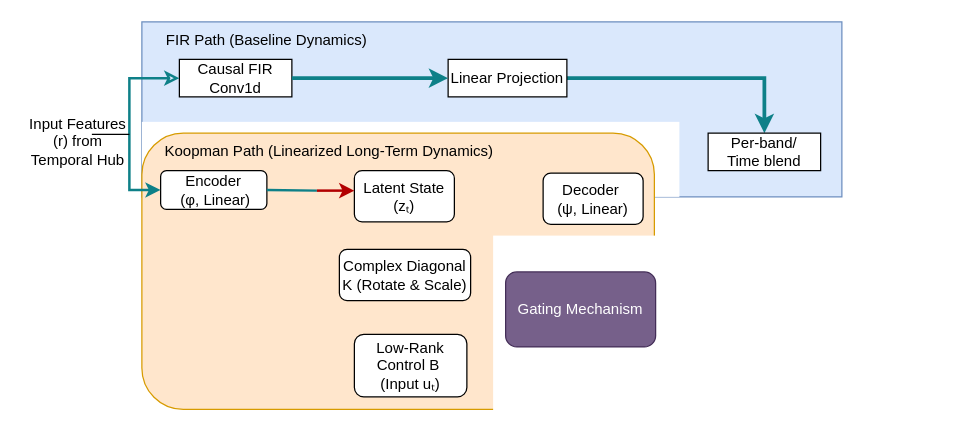
Before: src/Kopame.drawio in drchk/Timeseries_fuction, a draw.io diagram. Source tidied: cells renumbered, new cells numbered last; positions are measured from the earlier drawing's top-left corner, leaving out a move shared by most shapes. Both pictures are drawn from the tidied source at 125%, with x=0, y=0 at pixel (21, 21).
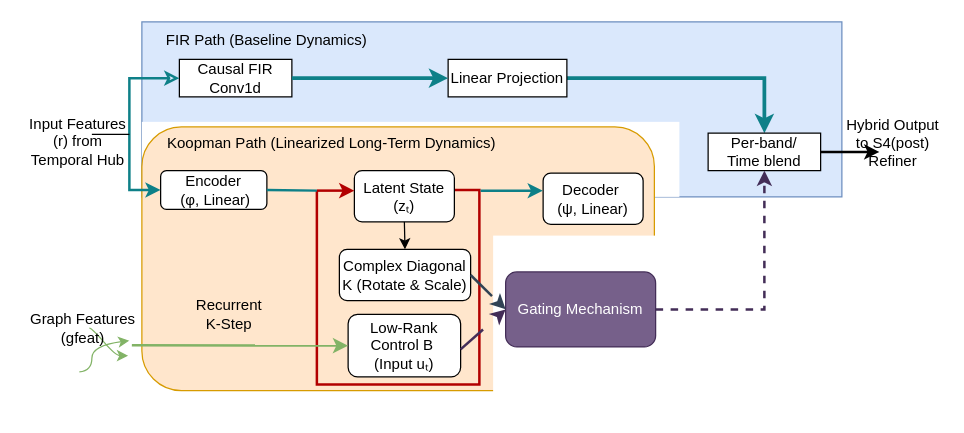
The same diagram, later.

Unchanged cells that the change refers to:
```xml
<mxCell id="7" value="Per-band/&lt;div&gt;Time blend&lt;/div&gt;" style="rounded=0;whiteSpace=wrap;html=1;" parent="1" vertex="1">
  <mxGeometry x="549" y="89" width="90" height="30" as="geometry" />
</mxCell>
<mxCell id="13" value="Latent State (zₜ)" style="rounded=1;whiteSpace=wrap;html=1;" parent="1" vertex="1">
  <mxGeometry x="266" y="119" width="80" height="41" as="geometry" />
</mxCell>
<mxCell id="14" value="Complex Diagonal K (Rotate &amp;amp; Scale)" style="rounded=1;whiteSpace=wrap;html=1;" parent="1" vertex="1">
  <mxGeometry x="254" y="182" width="105" height="41" as="geometry" />
</mxCell>
<mxCell id="18" value="Gating Mechanism" style="rounded=1;whiteSpace=wrap;html=1;fillColor=#76608a;fontColor=#ffffff;strokeColor=#432D57;" parent="1" vertex="1">
  <mxGeometry x="387" y="200" width="120" height="60" as="geometry" />
</mxCell>
```

The edit, as a diff of the source:
```diff
@@
     <mxCell id="10" style="rounded=1;whiteSpace=wrap;html=1;fillColor=#ffe6cc;strokeColor=#d79b00;" parent="1" vertex="1">
-      <mxGeometry x="96" y="89" width="410" height="221" as="geometry" />
+      <mxGeometry x="96" y="84" width="410" height="211" as="geometry" />
     </mxCell>
     <mxCell id="11" value="Koopman Path (Linearized Long-Term Dynamics)" style="text;html=1;whiteSpace=wrap;strokeColor=none;fillColor=none;align=center;verticalAlign=middle;rounded=0;" parent="1" vertex="1">
-      <mxGeometry x="96" y="89" width="300" height="30" as="geometry" />
+      <mxGeometry x="98" y="82" width="300" height="30" as="geometry" />
     </mxCell>
@@
+    <mxCell id="24" style="edgeStyle=orthogonalEdgeStyle;rounded=0;orthogonalLoop=1;jettySize=auto;html=1;exitX=1;exitY=0.5;exitDx=0;exitDy=0;endArrow=none;endFill=0;fillColor=#e51400;strokeColor=#B20000;strokeWidth=2;" parent="1" edge="1">
+      <mxGeometry relative="1" as="geometry">
+        <mxPoint x="346" y="134.5" as="sourcePoint" />
+        <mxPoint x="236" y="135" as="targetPoint" />
+        <Array as="points">
+          <mxPoint x="366" y="135" />
+          <mxPoint x="366" y="290" />
+          <mxPoint x="236" y="290" />
+        </Array>
+      </mxGeometry>
+    </mxCell>
@@
     <mxCell id="15" value="Low-Rank Control B&amp;nbsp;&lt;div&gt;(Input uₜ)&lt;/div&gt;" style="rounded=1;whiteSpace=wrap;html=1;" parent="1" vertex="1">
-      <mxGeometry x="266" y="250" width="90" height="50" as="geometry" />
+      <mxGeometry x="261" y="234" width="90" height="50" as="geometry" />
     </mxCell>
@@
+    <mxCell id="25" style="edgeStyle=orthogonalEdgeStyle;rounded=0;jettySize=auto;html=1;exitX=1;exitY=0.5;exitDx=0;exitDy=0;entryX=0.5;entryY=1;entryDx=0;entryDy=0;dashed=1;fillColor=#76608a;strokeColor=#432D57;strokeWidth=2;" parent="1" edge="1" source="18" target="7">
+      <mxGeometry relative="1" as="geometry" />
+    </mxCell>
@@
+    <mxCell id="26" style="curved=1;endArrow=classic;html=1;rounded=0;elbow=vertical;fillColor=#d5e8d4;gradientColor=#97d077;strokeColor=#82b366;" parent="1" edge="1">
+      <mxGeometry relative="1" as="geometry">
+        <mxPoint x="46" y="280" as="sourcePoint" />
+        <mxPoint x="86" y="255" as="targetPoint" />
+        <Array as="points">
+          <mxPoint x="56" y="279" />
+          <mxPoint x="56" y="259" />
+        </Array>
+      </mxGeometry>
+    </mxCell>
+    <mxCell id="27" style="curved=1;endArrow=classic;html=1;rounded=0;elbow=vertical;fillColor=#d5e8d4;gradientColor=#97d077;strokeColor=#82b366;" parent="1" edge="1">
+      <mxGeometry relative="1" as="geometry">
+        <mxPoint x="54" y="245" as="sourcePoint" />
+        <mxPoint x="85" y="267" as="targetPoint" />
+        <Array as="points">
+          <mxPoint x="56" y="245" />
+          <mxPoint x="75" y="267" />
+        </Array>
+      </mxGeometry>
+    </mxCell>
+    <mxCell id="28" value="Graph Features (gfeat)" style="text;html=1;whiteSpace=wrap;strokeColor=none;fillColor=none;align=center;verticalAlign=middle;rounded=0;" parent="1" vertex="1">
+      <mxGeometry x="1" y="230" width="96" height="30" as="geometry" />
+    </mxCell>
+    <mxCell id="29" style="endArrow=classic;html=1;rounded=0;entryX=0;entryY=0.5;entryDx=0;entryDy=0;fillColor=#d5e8d4;gradientColor=#97d077;strokeColor=#82b366;strokeWidth=2;exitX=0.906;exitY=0.956;exitDx=0;exitDy=0;exitPerimeter=0;" parent="1" edge="1" source="28" target="15">
+      <mxGeometry relative="1" as="geometry" />
+    </mxCell>
+    <mxCell id="30" style="endArrow=classic;html=1;rounded=0;entryX=0.78;entryY=0.242;entryDx=0;entryDy=0;entryPerimeter=0;strokeWidth=2;fillColor=#b0e3e6;strokeColor=#0e8088;" parent="1" edge="1">
+      <mxGeometry relative="1" as="geometry">
+        <mxPoint x="367" y="135" as="sourcePoint" />
+        <mxPoint x="416.8" y="135.1" as="targetPoint" />
+      </mxGeometry>
+    </mxCell>
+    <mxCell id="31" style="endArrow=classic;html=1;rounded=0;entryX=0;entryY=0.5;entryDx=0;entryDy=0;dashed=1;dashPattern=12 12;strokeWidth=2;fillColor=#76608a;strokeColor=#432D57;" parent="1" edge="1" target="18">
+      <mxGeometry relative="1" as="geometry">
+        <mxPoint x="351" y="262" as="sourcePoint" />
+      </mxGeometry>
+    </mxCell>
+    <mxCell id="32" style="endArrow=classic;html=1;rounded=0;exitX=1;exitY=0.5;exitDx=0;exitDy=0;entryX=0;entryY=0.5;entryDx=0;entryDy=0;dashed=1;dashPattern=12 12;strokeWidth=2;fillColor=#647687;strokeColor=#314354;" parent="1" edge="1" source="14" target="18">
+      <mxGeometry relative="1" as="geometry" />
+    </mxCell>
+    <mxCell id="33" style="endArrow=classic;html=1;rounded=0;exitX=0.5;exitY=1;exitDx=0;exitDy=0;entryX=0.5;entryY=0;entryDx=0;entryDy=0;" parent="1" edge="1" source="13" target="14">
+      <mxGeometry relative="1" as="geometry" />
+    </mxCell>
+    <mxCell id="34" value="Recurrent K-Step" style="text;html=1;whiteSpace=wrap;strokeColor=none;fillColor=none;align=center;verticalAlign=middle;rounded=0;" parent="1" vertex="1">
+      <mxGeometry x="136" y="219" width="60" height="30" as="geometry" />
+    </mxCell>
+    <mxCell id="35" style="endArrow=classic;html=1;rounded=0;exitX=1;exitY=0.5;exitDx=0;exitDy=0;strokeWidth=2;" parent="1" edge="1" source="7">
+      <mxGeometry relative="1" as="geometry">
+        <mxPoint x="686" y="104" as="targetPoint" />
+      </mxGeometry>
+    </mxCell>
+    <mxCell id="36" value="Hybrid Output to S4(post) Refiner" style="text;html=1;whiteSpace=wrap;strokeColor=none;fillColor=none;align=center;verticalAlign=middle;rounded=0;" parent="1" vertex="1">
+      <mxGeometry x="657" y="82" width="80" height="30" as="geometry" />
+    </mxCell>
```
